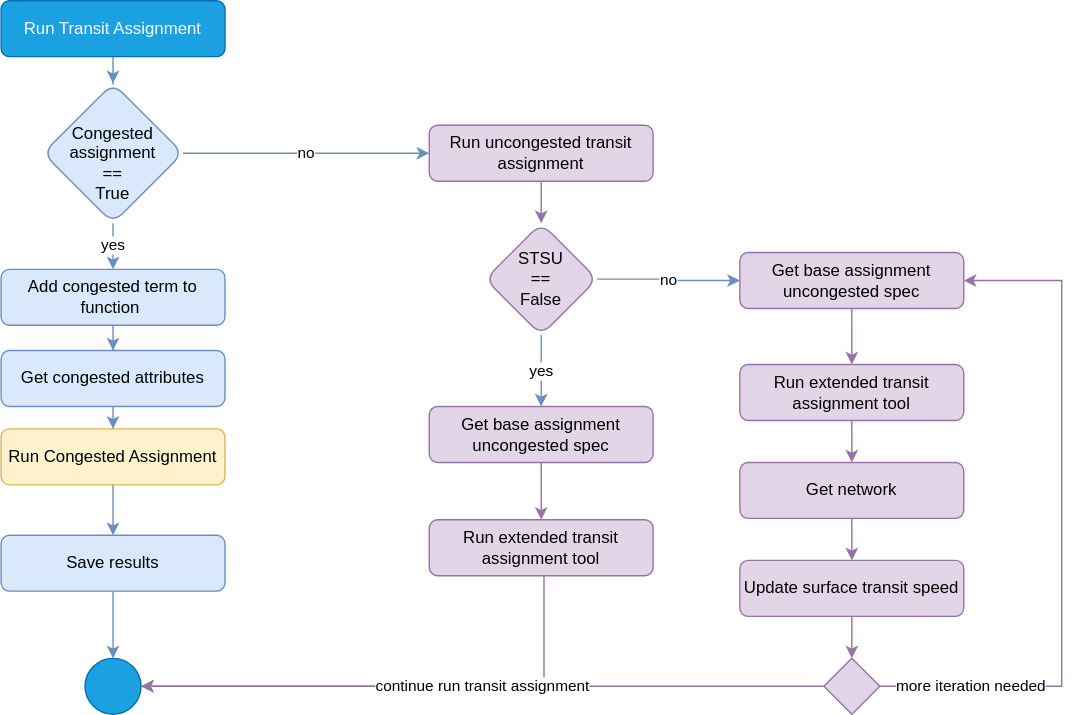
The draw.io diagram tmg-documentation/2.0/tmgtoolbox2_emme/tools/Assign/images/run_uncongested_assignment_flow.svg in TravelModellingGroup/Documentation, before a commit. Source tidied: cells renumbered, new cells last; positions are measured from the earlier drawing's top-left corner, leaving out a move shared by most shapes.
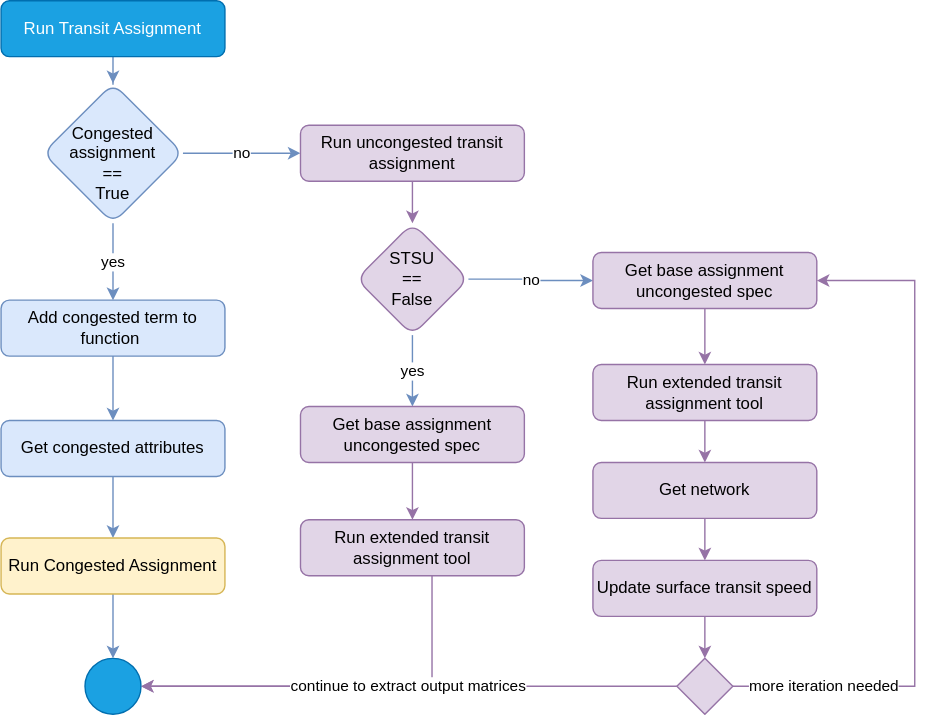
Above is the later version.

Commit message:
Add congested flow (#48)

Change to the diagram source:
```diff
@@ -21,31 +21,25 @@
       <mxGeometry relative="1" as="geometry" />
     </mxCell>
     <mxCell id="8" value="Add congested term to function&amp;nbsp;" style="whiteSpace=wrap;html=1;fillColor=#dae8fc;strokeColor=#6c8ebf;rounded=1;" parent="1" vertex="1">
-      <mxGeometry y="192" width="160" height="40" as="geometry" />
+      <mxGeometry y="214" width="160" height="40" as="geometry" />
     </mxCell>
     <mxCell id="9" style="edgeStyle=orthogonalEdgeStyle;shape=connector;rounded=0;jettySize=auto;html=1;labelBackgroundColor=default;fontFamily=Helvetica;fontSize=11;fontColor=default;endArrow=classic;strokeColor=#6c8ebf;fillColor=#dae8fc;" parent="1" edge="1" source="10" target="12">
       <mxGeometry relative="1" as="geometry" />
     </mxCell>
     <mxCell id="10" value="Get congested attributes" style="whiteSpace=wrap;html=1;fillColor=#dae8fc;strokeColor=#6c8ebf;rounded=1;" parent="1" vertex="1">
-      <mxGeometry y="250" width="160" height="40" as="geometry" />
+      <mxGeometry y="300" width="160" height="40" as="geometry" />
     </mxCell>
-    <mxCell id="11" style="edgeStyle=orthogonalEdgeStyle;shape=connector;rounded=0;jettySize=auto;html=1;labelBackgroundColor=default;fontFamily=Helvetica;fontSize=11;fontColor=default;endArrow=classic;strokeColor=#6c8ebf;fillColor=#dae8fc;" parent="1" edge="1" source="12" target="14">
-      <mxGeometry relative="1" as="geometry" />
-    </mxCell>
+    <mxCell id="36" style="edgeStyle=orthogonalEdgeStyle;rounded=0;jettySize=auto;html=1;entryX=0.5;entryY=0;entryDx=0;entryDy=0;fillColor=#dae8fc;strokeColor=#6c8ebf;" parent="1" edge="1" source="12" target="32">
+      <mxGeometry relative="1" as="geometry" />
+    </mxCell>
     <mxCell id="12" value="Run Congested Assignment" style="whiteSpace=wrap;html=1;fillColor=#fff2cc;strokeColor=#d6b656;rounded=1;" parent="1" vertex="1">
-      <mxGeometry y="306" width="160" height="40" as="geometry" />
+      <mxGeometry y="384" width="160" height="40" as="geometry" />
     </mxCell>
-    <mxCell id="13" style="edgeStyle=orthogonalEdgeStyle;shape=connector;rounded=0;jettySize=auto;html=1;labelBackgroundColor=default;fontFamily=Helvetica;fontSize=11;fontColor=default;endArrow=classic;strokeColor=#6c8ebf;fillColor=#dae8fc;" parent="1" edge="1" source="14" target="32">
-      <mxGeometry relative="1" as="geometry" />
-    </mxCell>
-    <mxCell id="14" value="Save results" style="whiteSpace=wrap;html=1;fillColor=#dae8fc;strokeColor=#6c8ebf;rounded=1;" parent="1" vertex="1">
-      <mxGeometry y="382" width="160" height="40" as="geometry" />
-    </mxCell>
     <mxCell id="15" style="edgeStyle=orthogonalEdgeStyle;shape=connector;rounded=0;jettySize=auto;html=1;labelBackgroundColor=default;fontFamily=Helvetica;fontSize=11;fontColor=default;endArrow=classic;strokeColor=#9673a6;fillColor=#e1d5e7;" parent="1" edge="1" source="16" target="19">
       <mxGeometry relative="1" as="geometry" />
     </mxCell>
     <mxCell id="16" value="Run uncongested transit assignment" style="whiteSpace=wrap;html=1;fillColor=#e1d5e7;strokeColor=#9673a6;rounded=1;" parent="1" vertex="1">
-      <mxGeometry x="306" y="89" width="160" height="40" as="geometry" />
+      <mxGeometry x="214" y="89" width="160" height="40" as="geometry" />
     </mxCell>
     <mxCell id="17" value="yes" style="edgeStyle=orthogonalEdgeStyle;shape=connector;rounded=0;jettySize=auto;html=1;labelBackgroundColor=default;fontFamily=Helvetica;fontSize=11;fontColor=default;endArrow=classic;strokeColor=#6c8ebf;fillColor=#dae8fc;" parent="1" edge="1" source="19" target="21">
       <mxGeometry relative="1" as="geometry" />
@@ -54,64 +48,64 @@
       <mxGeometry relative="1" as="geometry" />
     </mxCell>
     <mxCell id="19" value="STSU &lt;br&gt;== &lt;br&gt;False" style="rhombus;whiteSpace=wrap;html=1;fillColor=#e1d5e7;strokeColor=#9673a6;rounded=1;" parent="1" vertex="1">
-      <mxGeometry x="346" y="159" width="80" height="80" as="geometry" />
+      <mxGeometry x="254" y="159" width="80" height="80" as="geometry" />
     </mxCell>
     <mxCell id="20" style="edgeStyle=orthogonalEdgeStyle;rounded=0;jettySize=auto;html=1;fillColor=#e1d5e7;strokeColor=#9673a6;" parent="1" edge="1" source="21" target="29">
       <mxGeometry relative="1" as="geometry" />
     </mxCell>
     <mxCell id="21" value="Get base assignment uncongested spec" style="whiteSpace=wrap;html=1;fillColor=#e1d5e7;strokeColor=#9673a6;rounded=1;" parent="1" vertex="1">
-      <mxGeometry x="306" y="290" width="160" height="40" as="geometry" />
+      <mxGeometry x="214" y="290" width="160" height="40" as="geometry" />
     </mxCell>
     <mxCell id="22" style="edgeStyle=orthogonalEdgeStyle;rounded=0;jettySize=auto;html=1;fillColor=#e1d5e7;strokeColor=#9673a6;" parent="1" edge="1" source="23" target="31">
       <mxGeometry relative="1" as="geometry" />
     </mxCell>
     <mxCell id="23" value="Get base assignment uncongested spec" style="whiteSpace=wrap;html=1;fillColor=#e1d5e7;strokeColor=#9673a6;rounded=1;" parent="1" vertex="1">
-      <mxGeometry x="528" y="180" width="160" height="40" as="geometry" />
+      <mxGeometry x="423" y="180" width="160" height="40" as="geometry" />
     </mxCell>
     <mxCell id="24" style="edgeStyle=orthogonalEdgeStyle;shape=connector;rounded=0;jettySize=auto;html=1;labelBackgroundColor=default;fontFamily=Helvetica;fontSize=11;fontColor=default;endArrow=classic;strokeColor=#9673a6;fillColor=#e1d5e7;" parent="1" edge="1" source="25" target="27">
       <mxGeometry relative="1" as="geometry" />
     </mxCell>
     <mxCell id="25" value="Get network" style="whiteSpace=wrap;html=1;fillColor=#e1d5e7;strokeColor=#9673a6;rounded=1;" parent="1" vertex="1">
-      <mxGeometry x="528" y="330" width="160" height="40" as="geometry" />
+      <mxGeometry x="423" y="330" width="160" height="40" as="geometry" />
     </mxCell>
     <mxCell id="26" style="edgeStyle=orthogonalEdgeStyle;shape=connector;rounded=0;jettySize=auto;html=1;labelBackgroundColor=default;fontFamily=Helvetica;fontSize=11;fontColor=default;endArrow=classic;strokeColor=#9673a6;fillColor=#e1d5e7;" parent="1" edge="1" source="27" target="35">
       <mxGeometry relative="1" as="geometry" />
     </mxCell>
     <mxCell id="27" value="Update surface transit speed" style="whiteSpace=wrap;html=1;fillColor=#e1d5e7;strokeColor=#9673a6;rounded=1;" parent="1" vertex="1">
-      <mxGeometry x="528" y="400" width="160" height="40" as="geometry" />
+      <mxGeometry x="423" y="400" width="160" height="40" as="geometry" />
     </mxCell>
     <mxCell id="28" style="edgeStyle=orthogonalEdgeStyle;shape=connector;rounded=0;jettySize=auto;html=1;entryX=1;entryY=0.5;entryDx=0;entryDy=0;labelBackgroundColor=default;fontFamily=Helvetica;fontSize=11;fontColor=default;endArrow=classic;strokeColor=#9673a6;fillColor=#e1d5e7;" parent="1" edge="1" source="29" target="32">
       <mxGeometry relative="1" as="geometry">
         <Array as="points">
-          <mxPoint x="388" y="490" />
+          <mxPoint x="308" y="490" />
         </Array>
       </mxGeometry>
     </mxCell>
     <mxCell id="29" value="Run extended transit assignment tool" style="whiteSpace=wrap;html=1;fillColor=#e1d5e7;strokeColor=#9673a6;rounded=1;" parent="1" vertex="1">
-      <mxGeometry x="306" y="371" width="160" height="40" as="geometry" />
+      <mxGeometry x="214" y="371" width="160" height="40" as="geometry" />
     </mxCell>
     <mxCell id="30" style="edgeStyle=orthogonalEdgeStyle;rounded=0;jettySize=auto;html=1;fillColor=#e1d5e7;strokeColor=#9673a6;" parent="1" edge="1" source="31" target="25">
       <mxGeometry relative="1" as="geometry" />
     </mxCell>
     <mxCell id="31" value="Run extended transit assignment tool" style="whiteSpace=wrap;html=1;fillColor=#e1d5e7;strokeColor=#9673a6;rounded=1;" parent="1" vertex="1">
-      <mxGeometry x="528" y="260" width="160" height="40" as="geometry" />
+      <mxGeometry x="423" y="260" width="160" height="40" as="geometry" />
     </mxCell>
     <mxCell id="32" style="ellipse;whiteSpace=wrap;html=1;fontFamily=Helvetica;fontSize=11;fillColor=#1ba1e2;strokeColor=#006EAF;fontColor=#ffffff;" parent="1" vertex="1">
       <mxGeometry x="60" y="470" width="40" height="40" as="geometry" />
     </mxCell>
-    <mxCell id="33" value="continue run transit assignment" style="edgeStyle=orthogonalEdgeStyle;shape=connector;rounded=0;jettySize=auto;html=1;labelBackgroundColor=default;fontFamily=Helvetica;fontSize=11;fontColor=default;endArrow=classic;strokeColor=#9673a6;fillColor=#e1d5e7;" parent="1" edge="1" source="35" target="32">
+    <mxCell id="33" value="continue to extract output matrices" style="edgeStyle=orthogonalEdgeStyle;shape=connector;rounded=0;jettySize=auto;html=1;labelBackgroundColor=default;fontFamily=Helvetica;fontSize=11;fontColor=default;endArrow=classic;strokeColor=#9673a6;fillColor=#e1d5e7;" parent="1" edge="1" source="35" target="32">
       <mxGeometry relative="1" as="geometry" />
     </mxCell>
     <mxCell id="34" value="more iteration needed" style="edgeStyle=orthogonalEdgeStyle;shape=connector;rounded=0;jettySize=auto;html=1;entryX=1;entryY=0.5;entryDx=0;entryDy=0;labelBackgroundColor=default;fontFamily=Helvetica;fontSize=11;fontColor=default;endArrow=classic;strokeColor=#9673a6;fillColor=#e1d5e7;" parent="1" edge="1" source="35" target="23">
       <mxGeometry x="-0.73" relative="1" as="geometry">
         <Array as="points">
-          <mxPoint x="758" y="490" />
-          <mxPoint x="758" y="200" />
+          <mxPoint x="653" y="490" />
+          <mxPoint x="653" y="200" />
         </Array>
       </mxGeometry>
     </mxCell>
     <mxCell id="35" style="rhombus;whiteSpace=wrap;html=1;fontFamily=Helvetica;fontSize=11;fillColor=#e1d5e7;strokeColor=#9673a6;" parent="1" vertex="1">
-      <mxGeometry x="588" y="470" width="40" height="40" as="geometry" />
+      <mxGeometry x="483" y="470" width="40" height="40" as="geometry" />
     </mxCell>
   </root>
 </mxGraphModel>
```
